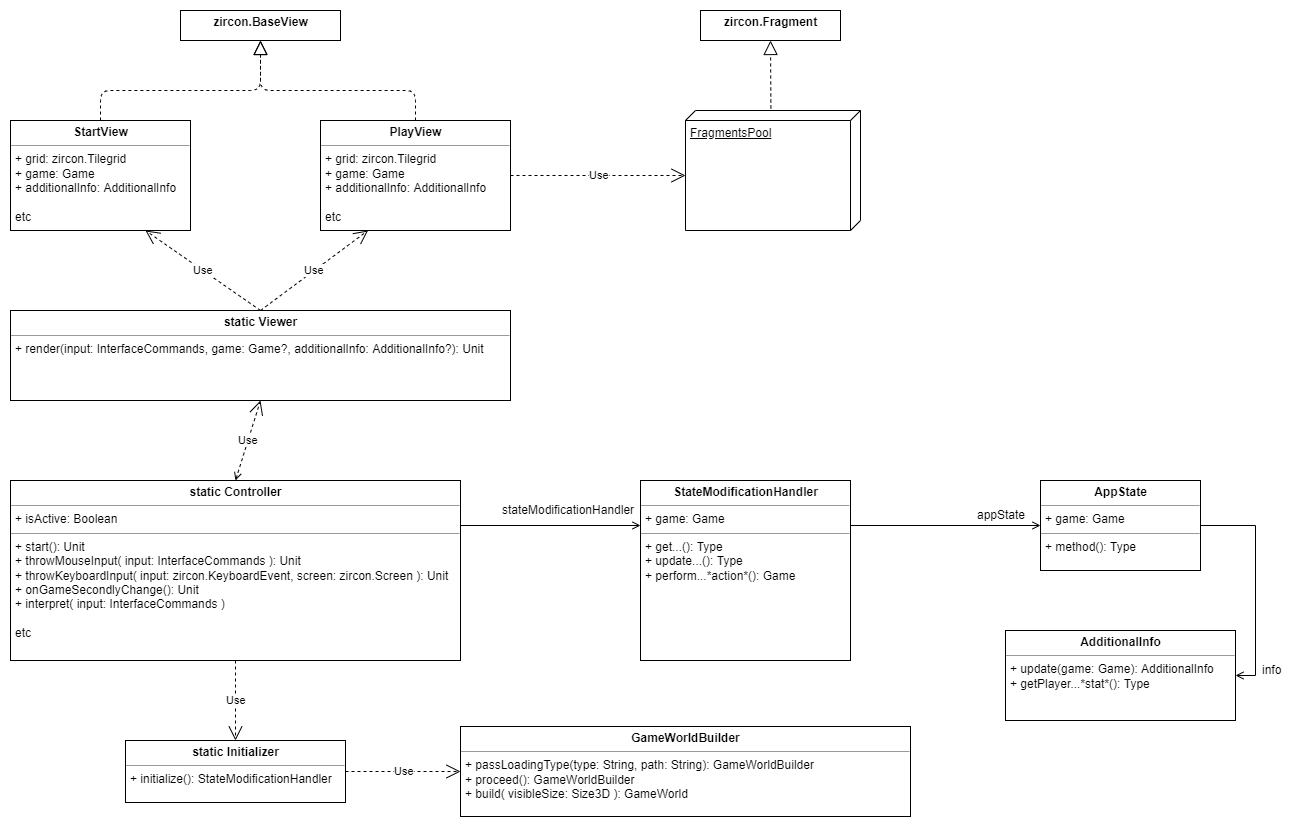
This is description/class_diagrams/MainClassDiagram.png from shirokov-kirill/SD-roguelike, a draw.io export, as it was before one commit. Source tidied: cells renumbered, new cells last; positions are measured from the earlier drawing's top-left corner, leaving out a move shared by most shapes.
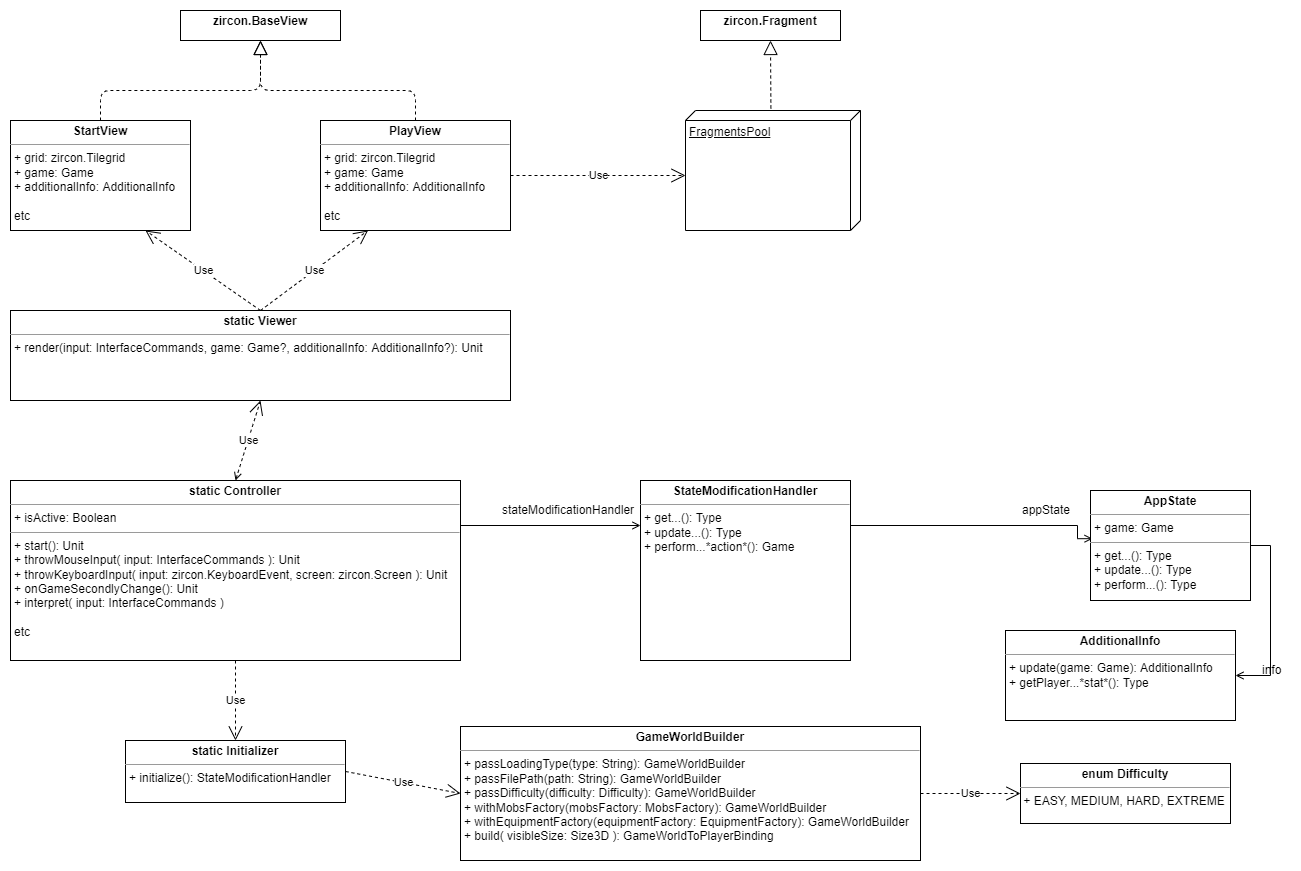
Above is the later version.

Commit message:
Update diagrams to Roguelike-4

What changed in the source:
```diff
@@ -11,10 +11,14 @@
     <mxCell id="4" value="&lt;p style=&quot;margin: 0px ; margin-top: 4px ; text-align: center&quot;&gt;&lt;b&gt;static Initializer&lt;/b&gt;&lt;/p&gt;&lt;hr size=&quot;1&quot;&gt;&lt;p style=&quot;margin: 0px ; margin-left: 4px&quot;&gt;+ initialize(): StateModificationHandler&lt;/p&gt;" style="verticalAlign=top;align=left;overflow=fill;fontSize=12;fontFamily=Helvetica;html=1;" parent="1" vertex="1">
       <mxGeometry x="115" y="730" width="220" height="62" as="geometry" />
     </mxCell>
-    <mxCell id="5" style="edgeStyle=orthogonalEdgeStyle;rounded=0;jettySize=auto;html=1;exitX=1;exitY=0.25;exitDx=0;exitDy=0;entryX=0;entryY=0.5;entryDx=0;entryDy=0;startArrow=none;startFill=0;endArrow=open;endFill=0;align=center;" parent="1" edge="1" source="6" target="27">
-      <mxGeometry relative="1" as="geometry" />
+    <mxCell id="5" style="edgeStyle=orthogonalEdgeStyle;rounded=0;jettySize=auto;html=1;exitX=1;exitY=0.25;exitDx=0;exitDy=0;startArrow=none;startFill=0;endArrow=open;endFill=0;align=center;entryX=0.013;entryY=0.438;entryDx=0;entryDy=0;entryPerimeter=0;" parent="1" edge="1" source="6" target="27">
+      <mxGeometry relative="1" as="geometry">
+        <Array as="points">
+          <mxPoint x="1067" y="515" />
+        </Array>
+      </mxGeometry>
     </mxCell>
-    <mxCell id="6" value="&lt;p style=&quot;margin: 0px ; margin-top: 4px ; text-align: center&quot;&gt;&lt;b&gt;StateModificationHandler&lt;/b&gt;&lt;/p&gt;&lt;hr size=&quot;1&quot;&gt;&lt;p style=&quot;margin: 0px ; margin-left: 4px&quot;&gt;+ game: Game&lt;/p&gt;&lt;hr size=&quot;1&quot;&gt;&lt;p style=&quot;margin: 0px ; margin-left: 4px&quot;&gt;+ get...(): Type&lt;/p&gt;&lt;p style=&quot;margin: 0px ; margin-left: 4px&quot;&gt;+ update...(): Type&lt;/p&gt;&lt;p style=&quot;margin: 0px ; margin-left: 4px&quot;&gt;+ perform...*action*(): Game&lt;/p&gt;" style="verticalAlign=top;align=left;overflow=fill;fontSize=12;fontFamily=Helvetica;html=1;" parent="1" vertex="1">
+    <mxCell id="6" value="&lt;p style=&quot;margin: 0px ; margin-top: 4px ; text-align: center&quot;&gt;&lt;b&gt;StateModificationHandler&lt;/b&gt;&lt;/p&gt;&lt;hr size=&quot;1&quot;&gt;&lt;p style=&quot;margin: 0px ; margin-left: 4px&quot;&gt;+ get...(): Type&lt;/p&gt;&lt;p style=&quot;margin: 0px ; margin-left: 4px&quot;&gt;+ update...(): Type&lt;/p&gt;&lt;p style=&quot;margin: 0px ; margin-left: 4px&quot;&gt;+ perform...*action*(): Game&lt;/p&gt;" style="verticalAlign=top;align=left;overflow=fill;fontSize=12;fontFamily=Helvetica;html=1;" parent="1" vertex="1">
       <mxGeometry x="630" y="470" width="210" height="180" as="geometry" />
     </mxCell>
     <mxCell id="7" value="stateModificationHandler" style="text;html=1;align=left;verticalAlign=top;spacingTop=-4;" parent="1" vertex="1">
@@ -29,8 +33,8 @@
     <mxCell id="10" value="Use" style="endArrow=open;endSize=12;dashed=1;html=1;align=center;entryX=0.5;entryY=1;entryDx=0;entryDy=0;exitX=0.5;exitY=0;exitDx=0;exitDy=0;startArrow=open;startFill=0;targetPerimeterSpacing=0;sourcePerimeterSpacing=0;" parent="1" edge="1" source="3" target="8">
       <mxGeometry relative="1" as="geometry" />
     </mxCell>
-    <mxCell id="11" value="&lt;p style=&quot;margin: 0px ; margin-top: 4px ; text-align: center&quot;&gt;&lt;b&gt;GameWorldBuilder&lt;/b&gt;&lt;/p&gt;&lt;hr size=&quot;1&quot;&gt;&lt;p style=&quot;margin: 0px ; margin-left: 4px&quot;&gt;+ passLoadingType(type: String, path: String): GameWorldBuilder&lt;/p&gt;&lt;p style=&quot;margin: 0px ; margin-left: 4px&quot;&gt;+ proceed(): GameWorldBuilder&lt;/p&gt;&lt;p style=&quot;margin: 0px ; margin-left: 4px&quot;&gt;+ build( visibleSize: Size3D ): GameWorld&lt;/p&gt;" style="verticalAlign=top;align=left;overflow=fill;fontSize=12;fontFamily=Helvetica;html=1;" parent="1" vertex="1">
-      <mxGeometry x="450" y="716" width="450" height="90" as="geometry" />
+    <mxCell id="11" value="&lt;p style=&quot;margin: 0px ; margin-top: 4px ; text-align: center&quot;&gt;&lt;b&gt;GameWorldBuilder&lt;/b&gt;&lt;/p&gt;&lt;hr size=&quot;1&quot;&gt;&lt;p style=&quot;margin: 0px ; margin-left: 4px&quot;&gt;+ passLoadingType(type: String): GameWorldBuilder&lt;/p&gt;&lt;p style=&quot;margin: 0px ; margin-left: 4px&quot;&gt;+ passFilePath(path: String): GameWorldBuilder&lt;/p&gt;&lt;p style=&quot;margin: 0px ; margin-left: 4px&quot;&gt;+ passDifficulty(difficulty: Difficulty): GameWorldBuilder&lt;/p&gt;&lt;p style=&quot;margin: 0px ; margin-left: 4px&quot;&gt;+ withMobsFactory(mobsFactory: MobsFactory): GameWorldBuilder&lt;/p&gt;&lt;p style=&quot;margin: 0px ; margin-left: 4px&quot;&gt;+ withEquipmentFactory(equipmentFactory: EquipmentFactory): GameWorldBuilder&lt;/p&gt;&lt;p style=&quot;margin: 0px ; margin-left: 4px&quot;&gt;+ build( visibleSize: Size3D ): GameWorldToPlayerBinding&lt;/p&gt;" style="verticalAlign=top;align=left;overflow=fill;fontSize=12;fontFamily=Helvetica;html=1;" parent="1" vertex="1">
+      <mxGeometry x="450" y="716" width="460" height="134" as="geometry" />
     </mxCell>
     <mxCell id="12" value="Use" style="endArrow=open;endSize=12;dashed=1;html=1;align=center;exitX=1;exitY=0.5;exitDx=0;exitDy=0;entryX=0;entryY=0.5;entryDx=0;entryDy=0;" parent="1" edge="1" source="4" target="11">
       <mxGeometry relative="1" as="geometry" />
@@ -39,7 +43,7 @@
       <mxGeometry x="995" y="620" width="230" height="90" as="geometry" />
     </mxCell>
     <mxCell id="14" value="appState&lt;br&gt;" style="text;html=1;align=left;verticalAlign=top;spacingTop=-4;" parent="1" vertex="1">
-      <mxGeometry x="965" y="495" width="60" height="20" as="geometry" />
+      <mxGeometry x="1010" y="490" width="60" height="20" as="geometry" />
     </mxCell>
     <mxCell id="15" value="&lt;p style=&quot;margin: 0px ; margin-top: 4px ; text-align: center&quot;&gt;&lt;b&gt;StartView&lt;/b&gt;&lt;/p&gt;&lt;hr size=&quot;1&quot;&gt;&lt;p style=&quot;margin: 0px ; margin-left: 4px&quot;&gt;+ grid: zircon.Tilegrid&lt;/p&gt;&lt;p style=&quot;margin: 0px ; margin-left: 4px&quot;&gt;+ game: Game&lt;/p&gt;&lt;p style=&quot;margin: 0px ; margin-left: 4px&quot;&gt;+ additionalInfo: AdditionalInfo&lt;/p&gt;&lt;p style=&quot;margin: 0px ; margin-left: 4px&quot;&gt;&lt;br&gt;&lt;/p&gt;&lt;p style=&quot;margin: 0px ; margin-left: 4px&quot;&gt;etc&lt;/p&gt;" style="verticalAlign=top;align=left;overflow=fill;fontSize=12;fontFamily=Helvetica;html=1;" parent="1" vertex="1">
       <mxGeometry y="110" width="180" height="110" as="geometry" />
@@ -89,11 +93,21 @@
     <mxCell id="26" style="edgeStyle=orthogonalEdgeStyle;rounded=0;jettySize=auto;html=1;entryX=1;entryY=0.5;entryDx=0;entryDy=0;startArrow=none;startFill=0;sourcePerimeterSpacing=0;endArrow=open;endFill=0;targetPerimeterSpacing=0;align=center;exitX=1;exitY=0.5;exitDx=0;exitDy=0;" parent="1" edge="1" source="27" target="13">
       <mxGeometry relative="1" as="geometry" />
     </mxCell>
-    <mxCell id="27" value="&lt;p style=&quot;margin: 0px ; margin-top: 4px ; text-align: center&quot;&gt;&lt;b&gt;AppState&lt;/b&gt;&lt;/p&gt;&lt;hr size=&quot;1&quot;&gt;&lt;p style=&quot;margin: 0px ; margin-left: 4px&quot;&gt;+ game: Game&lt;/p&gt;&lt;hr size=&quot;1&quot;&gt;&lt;p style=&quot;margin: 0px ; margin-left: 4px&quot;&gt;+ method(): Type&lt;/p&gt;" style="verticalAlign=top;align=left;overflow=fill;fontSize=12;fontFamily=Helvetica;html=1;" parent="1" vertex="1">
-      <mxGeometry x="1030" y="470" width="160" height="90" as="geometry" />
+    <mxCell id="27" value="&lt;p style=&quot;margin: 0px ; margin-top: 4px ; text-align: center&quot;&gt;&lt;b&gt;AppState&lt;/b&gt;&lt;/p&gt;&lt;hr size=&quot;1&quot;&gt;&lt;p style=&quot;margin: 0px ; margin-left: 4px&quot;&gt;+ game: Game&lt;/p&gt;&lt;hr size=&quot;1&quot;&gt;&lt;p style=&quot;margin: 0px ; margin-left: 4px&quot;&gt;+ get...(): Type&lt;/p&gt;&lt;p style=&quot;margin: 0px ; margin-left: 4px&quot;&gt;+ update...(): Type&lt;/p&gt;&lt;p style=&quot;margin: 0px ; margin-left: 4px&quot;&gt;+ perform...(): Type&lt;/p&gt;" style="verticalAlign=top;align=left;overflow=fill;fontSize=12;fontFamily=Helvetica;html=1;" parent="1" vertex="1">
+      <mxGeometry x="1080" y="480" width="160" height="110" as="geometry" />
     </mxCell>
     <mxCell id="28" value="info" style="text;html=1;align=left;verticalAlign=top;spacingTop=-4;" parent="1" vertex="1">
       <mxGeometry x="1250" y="650" width="30" height="20" as="geometry" />
     </mxCell>
+    <mxCell id="29" value="&lt;p style=&quot;margin: 0px ; margin-top: 4px ; text-align: center&quot;&gt;&lt;b&gt;enum Difficulty&lt;/b&gt;&lt;/p&gt;&lt;hr size=&quot;1&quot;&gt;&lt;div style=&quot;height: 2px&quot;&gt;&amp;nbsp;+ EASY, MEDIUM, HARD, EXTREME&lt;/div&gt;" style="verticalAlign=top;align=left;overflow=fill;fontSize=12;fontFamily=Helvetica;html=1;" parent="1" vertex="1">
+      <mxGeometry x="1010" y="753" width="210" height="60" as="geometry" />
+    </mxCell>
+    <mxCell id="30" value="Use" style="endArrow=open;endSize=12;dashed=1;html=1;align=center;exitX=1;exitY=0.5;exitDx=0;exitDy=0;entryX=0;entryY=0.5;entryDx=0;entryDy=0;" parent="1" edge="1" source="11" target="29">
+      <mxGeometry relative="1" as="geometry">
+        <Array as="points">
+          <mxPoint x="960" y="783" />
+        </Array>
+      </mxGeometry>
+    </mxCell>
   </root>
 </mxGraphModel>
```
